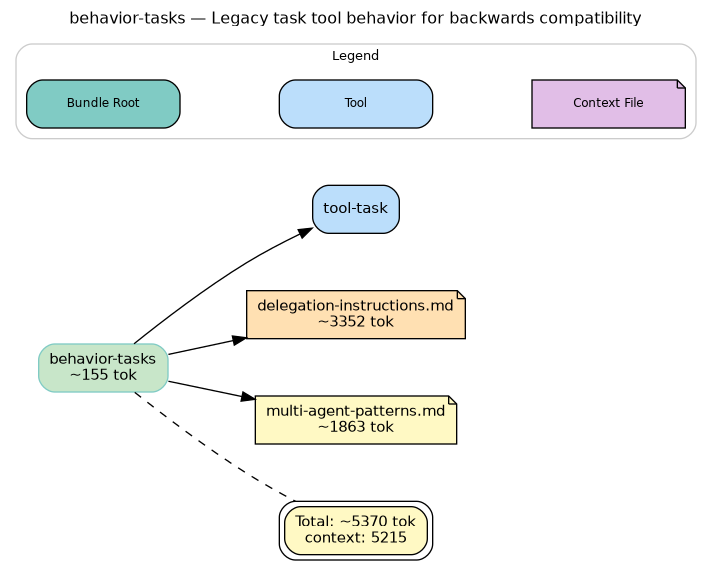
The Graphviz diagram behaviors/tasks.png in microsoft/amplifier-foundation, before a commit. Its source is kept beside it as behaviors/tasks.dot.
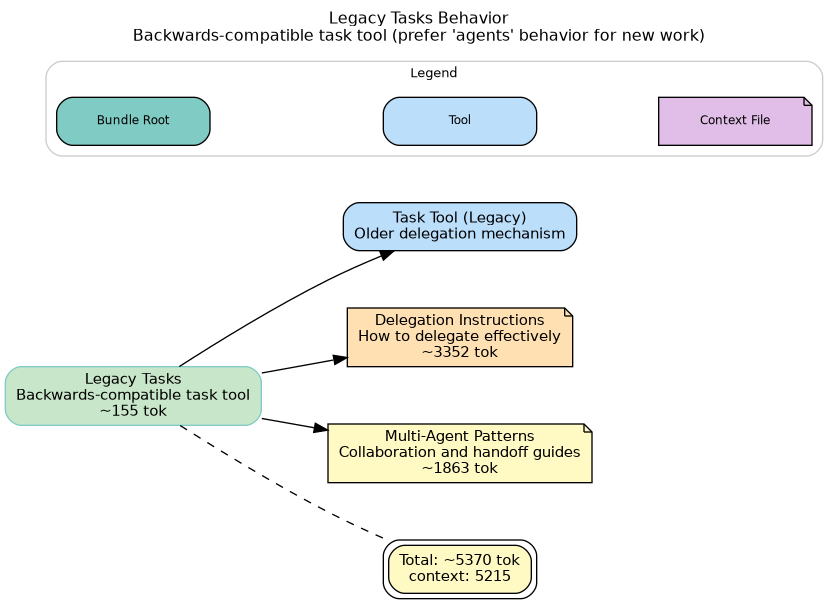
The same file after the commit.

Diff of the diagram source:
```diff
@@ -2,7 +2,7 @@
     rankdir=LR
     fontname="Helvetica"
     fontsize=12
-    label="behavior-tasks — Legacy task tool behavior for backwards compatibility"
+    label="Legacy Tasks Behavior\nBackwards-compatible task tool (prefer 'agents' behavior for new work)"
     labelloc=t
     labeljust=c
     compound=true
@@ -14,10 +14,10 @@
     node [fontname="Helvetica", fontsize=11, style="filled,rounded"]
     edge [fontname="Helvetica", fontsize=9]
 
-    root [label="behavior-tasks\n~155 tok", shape=box, fillcolor="#c8e6c9", style="filled,rounded", color="#80cbc4"]
-    tool_tool_task [label="tool-task", shape=box, fillcolor="#bbdefb", style="filled,rounded"]
-    ctx_foundation_context_agents_delegation_instructions_md [label="delegation-instructions.md\n~3352 tok", shape=note, fillcolor="#ffe0b2", style="filled"]
-    ctx_foundation_context_agents_multi_agent_patterns_md [label="multi-agent-patterns.md\n~1863 tok", shape=note, fillcolor="#fff9c4", style="filled"]
+    root [label="Legacy Tasks\nBackwards-compatible task tool\n~155 tok", shape=box, fillcolor="#c8e6c9", style="filled,rounded", color="#80cbc4"]
+    tool_tool_task [label="Task Tool (Legacy)\nOlder delegation mechanism", shape=box, fillcolor="#bbdefb", style="filled,rounded"]
+    ctx_foundation_context_agents_delegation_instructions_md [label="Delegation Instructions\nHow to delegate effectively\n~3352 tok", shape=note, fillcolor="#ffe0b2", style="filled"]
+    ctx_foundation_context_agents_multi_agent_patterns_md [label="Multi-Agent Patterns\nCollaboration and handoff guides\n~1863 tok", shape=note, fillcolor="#fff9c4", style="filled"]
     summary [label="Total: ~5370 tok\ncontext: 5215", shape=box, fillcolor="#fff9c4", style="filled,rounded", peripheries=2]
 
     root -> tool_tool_task
```
